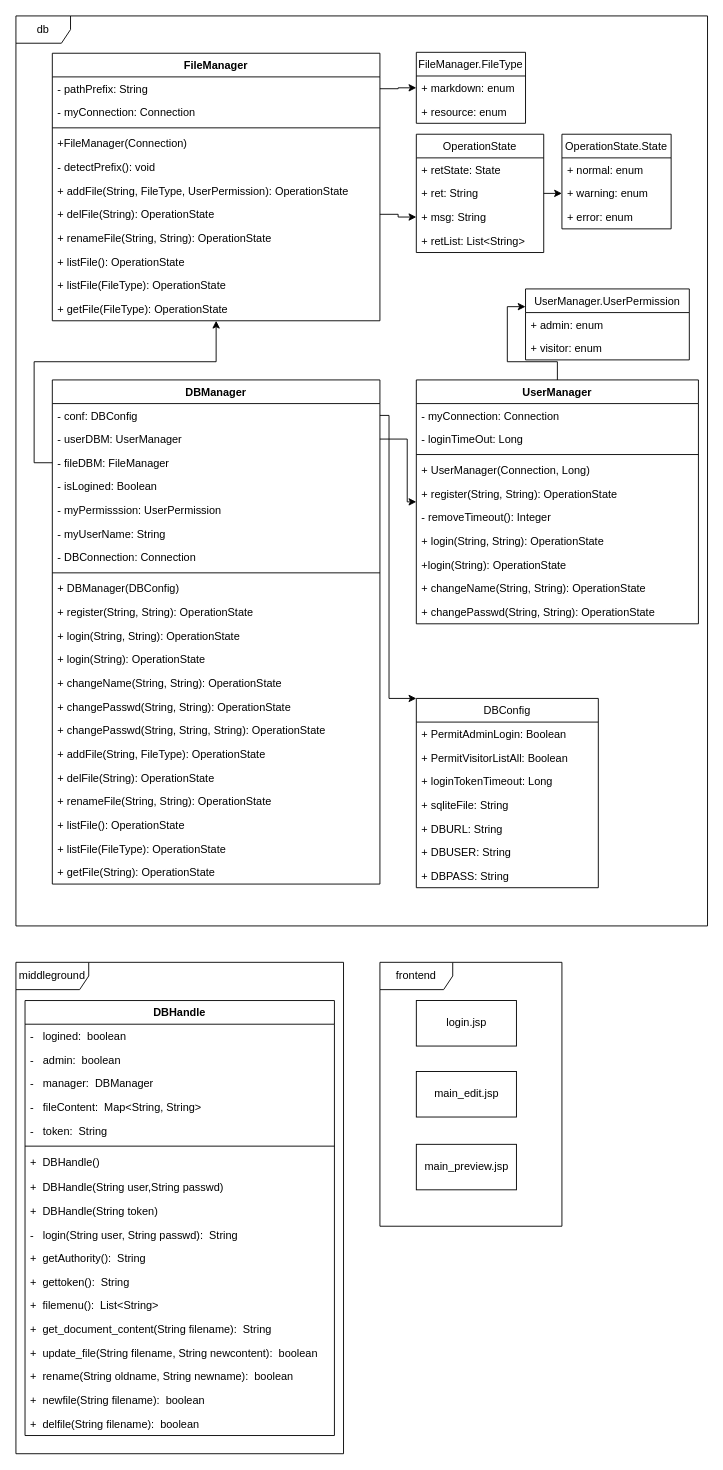
The draw.io diagram reports/实验报告/ClassDiag.drawio in Heming-Zhong/MDBlog, before the edit. Source tidied: cells renumbered, new cells numbered last; positions are measured from the earlier drawing's top-left corner, leaving out a move shared by most shapes. Both pictures are drawn from the tidied source at 91%, with x=0, y=0 at pixel (15, 15).
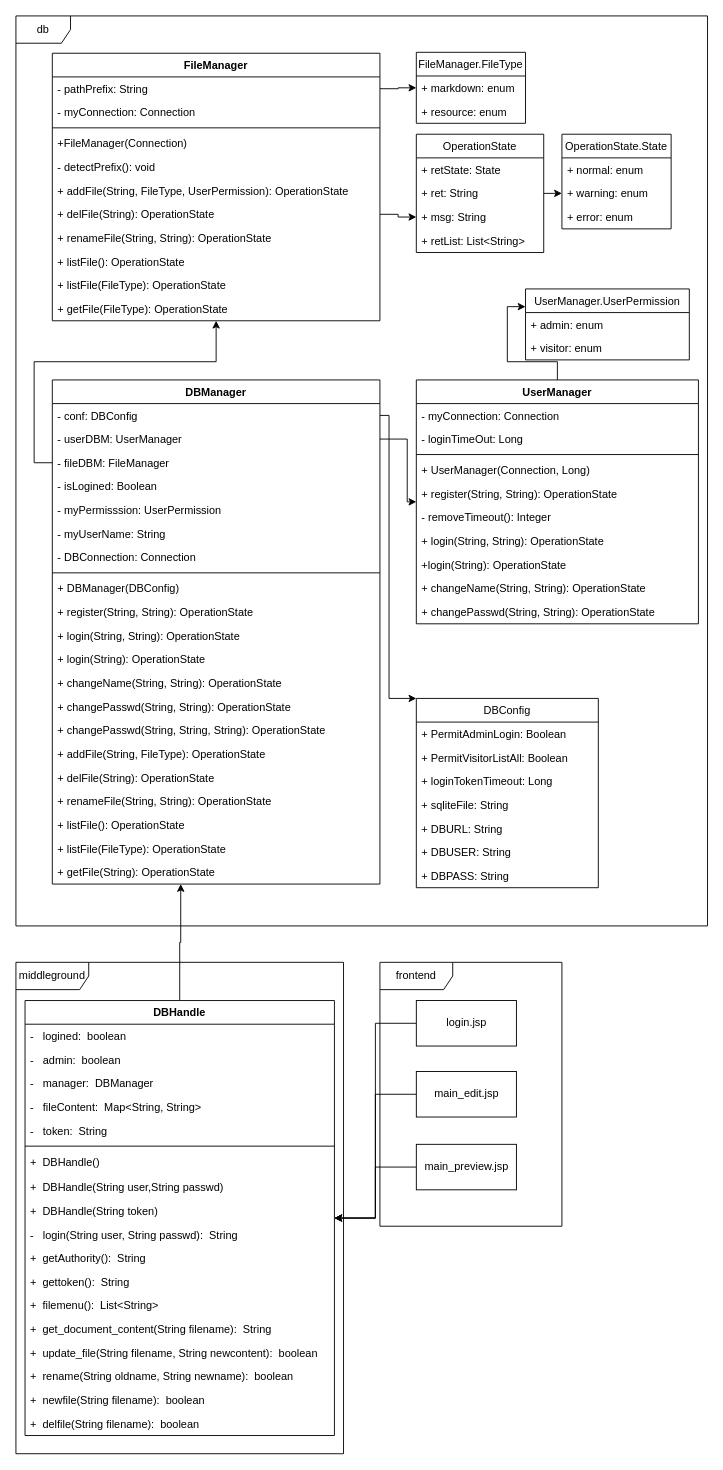
The same diagram, later.

Commit message (it also covers changes not shown here):
report and uml

Unchanged cells that the change refers to:
```xml
<mxCell id="50" value="+ getFile(String): OperationState" style="text;strokeColor=none;fillColor=none;align=left;verticalAlign=top;spacingLeft=4;spacingRight=4;overflow=hidden;points=[[0,0.5],[1,0.5]];portConstraint=eastwest;" parent="29" vertex="1">
  <mxGeometry y="528" width="360" height="26" as="geometry" />
</mxCell>
<mxCell id="51" value="DBHandle" style="swimlane;fontStyle=1;align=center;verticalAlign=top;horizontal=1;startSize=26;" parent="1" vertex="1">
  <mxGeometry x="10" y="1082" width="340" height="478" as="geometry" />
</mxCell>
<mxCell id="99" value="login.jsp" style="html=1;" parent="1" vertex="1">
  <mxGeometry x="440" y="1082" width="110" height="50" as="geometry" />
</mxCell>
<mxCell id="100" value="main_edit.jsp" style="html=1;" parent="1" vertex="1">
  <mxGeometry x="440" y="1160" width="110" height="50" as="geometry" />
</mxCell>
<mxCell id="101" value="main_preview.jsp" style="html=1;" parent="1" vertex="1">
  <mxGeometry x="440" y="1240" width="110" height="50" as="geometry" />
</mxCell>
```

Diff of the diagram source:
```diff
@@
+    <mxCell id="102" style="edgeStyle=orthogonalEdgeStyle;rounded=0;jettySize=auto;html=1;exitX=0.5;exitY=0;exitDx=0;exitDy=0;entryX=0.392;entryY=1;entryDx=0;entryDy=0;entryPerimeter=0;" parent="1" edge="1" source="51" target="50">
+      <mxGeometry relative="1" as="geometry" />
+    </mxCell>
@@
+    <mxCell id="103" style="edgeStyle=orthogonalEdgeStyle;rounded=0;jettySize=auto;html=1;exitX=0;exitY=0.5;exitDx=0;exitDy=0;" parent="1" edge="1" source="99" target="51">
+      <mxGeometry relative="1" as="geometry" />
+    </mxCell>
@@
+    <mxCell id="104" style="edgeStyle=orthogonalEdgeStyle;rounded=0;jettySize=auto;html=1;exitX=0;exitY=0.5;exitDx=0;exitDy=0;" parent="1" edge="1" source="100" target="51">
+      <mxGeometry relative="1" as="geometry" />
+    </mxCell>
@@
+    <mxCell id="105" style="edgeStyle=orthogonalEdgeStyle;rounded=0;jettySize=auto;html=1;exitX=0;exitY=0.5;exitDx=0;exitDy=0;" parent="1" edge="1" source="101" target="51">
+      <mxGeometry relative="1" as="geometry" />
+    </mxCell>
```
